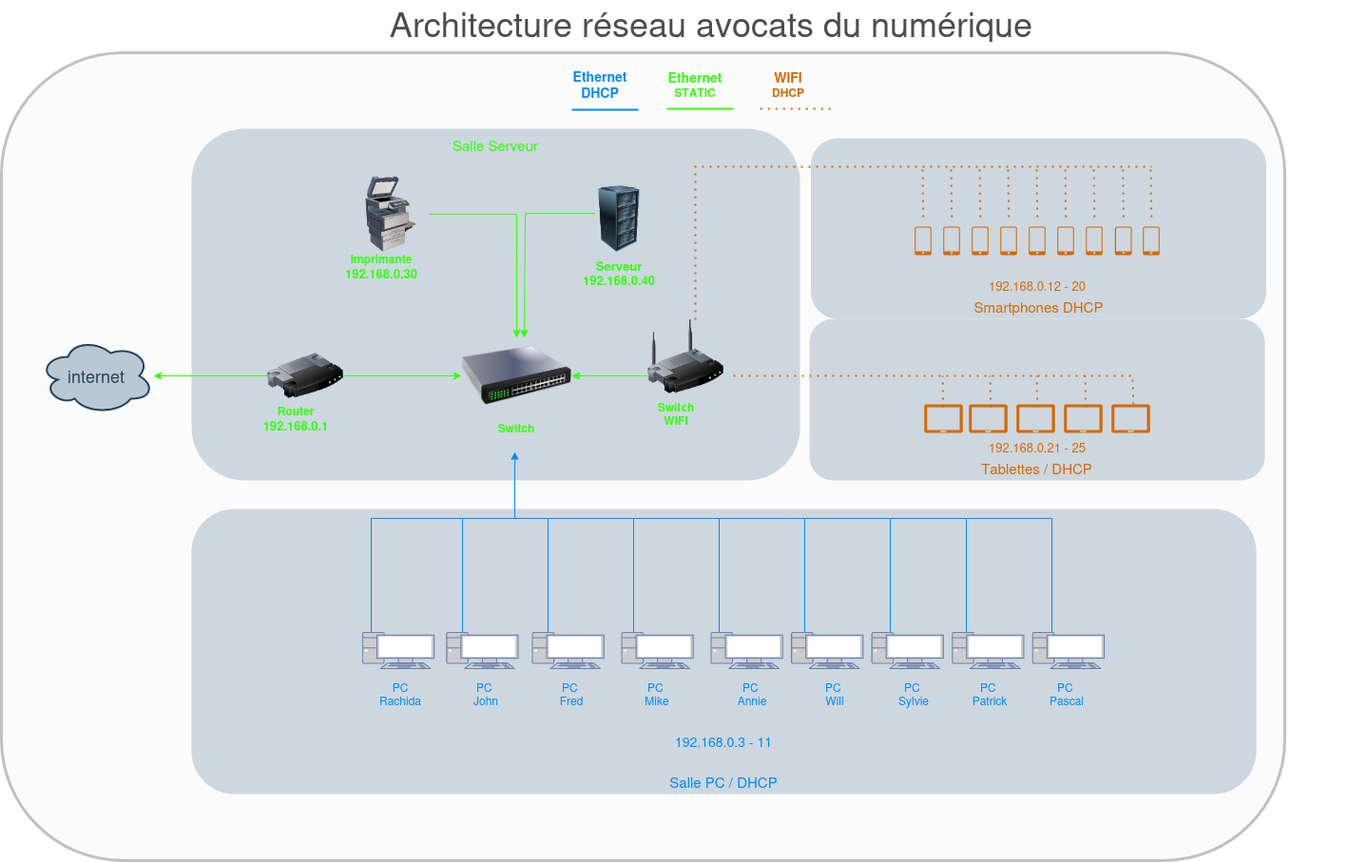
Above: avocatsdunum.drawio.png in OCR-GRLD/OCR-GRLD (draw.io), before the change. Source tidied: cells renumbered, new cells last; positions are measured from the earlier drawing's top-left corner, leaving out a move shared by most shapes.
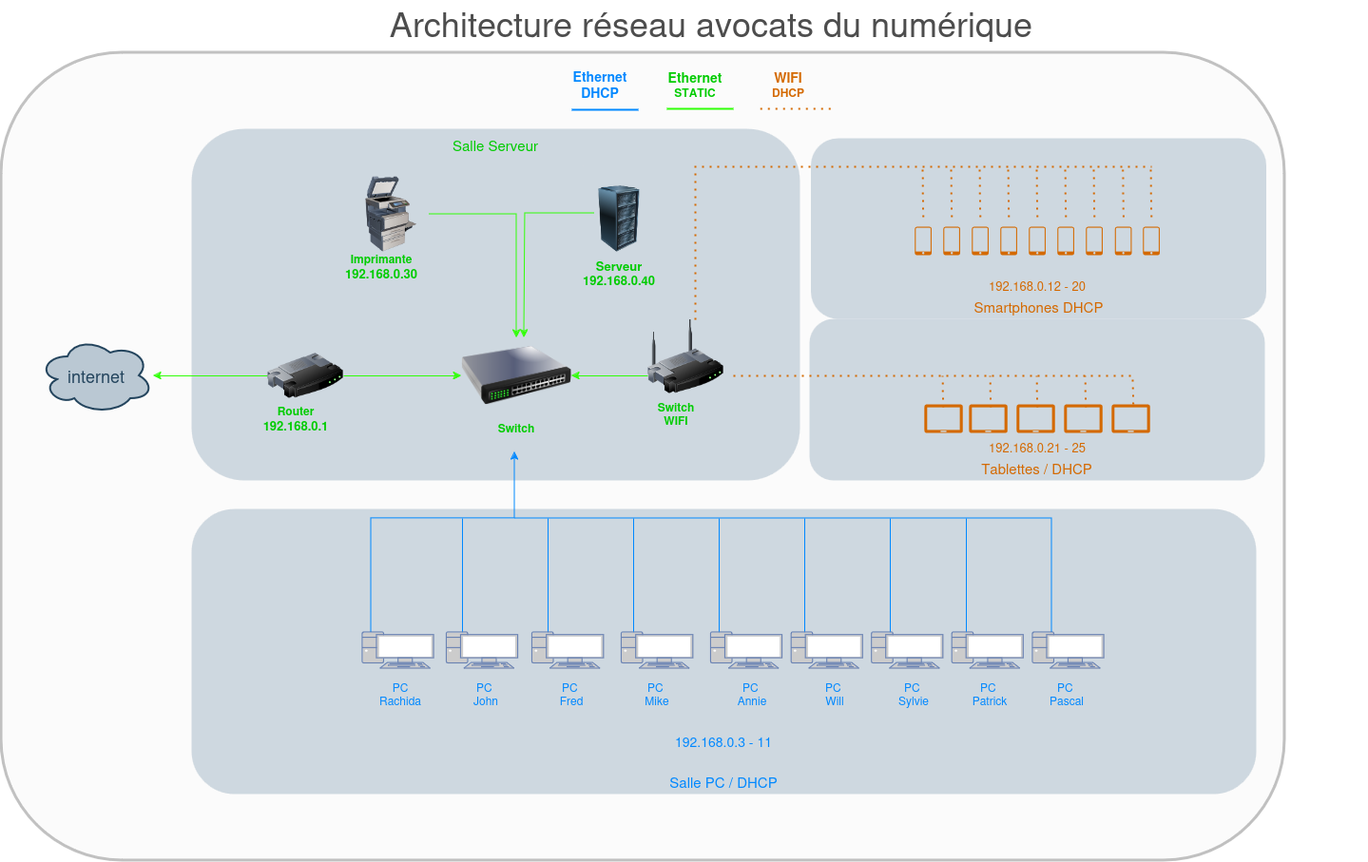
Later version of the same file.

Commit message:
Mettre à jour avocatsdunum.drawio.png

Change to the diagram source:
```diff
@@ -5,7 +5,7 @@
     <mxCell id="2" style="rounded=1;whiteSpace=wrap;html=1;shadow=0;strokeColor=#666666;fillColor=#f5f5f5;fontSize=18;fontColor=#333333;opacity=40;fontStyle=0;strokeWidth=3;" parent="1" vertex="1">
       <mxGeometry y="55" width="1350" height="850" as="geometry" />
     </mxCell>
-    <mxCell id="3" value="&lt;div align=&quot;center&quot; style=&quot;font-size: 17px;&quot;&gt;&lt;font color=&quot;#31ff08&quot; style=&quot;font-size: 15px;&quot;&gt;Salle Serveur&lt;br&gt;&lt;/font&gt;&lt;/div&gt;" style="rounded=1;whiteSpace=wrap;html=1;shadow=0;strokeColor=none;fillColor=#BAC8D3;gradientColor=none;fontSize=18;fontColor=#AE4132;verticalAlign=top;opacity=70;fontStyle=0;strokeWidth=3;align=center;" parent="1" vertex="1">
+    <mxCell id="3" value="&lt;div align=&quot;center&quot; style=&quot;font-size: 17px;&quot;&gt;&lt;font color=&quot;#00cc00&quot; style=&quot;font-size: 15px;&quot;&gt;Salle Serveur&lt;/font&gt;&lt;font color=&quot;#00cc00&quot; style=&quot;font-size: 15px;&quot;&gt;&lt;br&gt;&lt;/font&gt;&lt;/div&gt;" style="rounded=1;whiteSpace=wrap;html=1;shadow=0;strokeColor=none;fillColor=#BAC8D3;gradientColor=none;fontSize=18;fontColor=#AE4132;verticalAlign=top;opacity=70;fontStyle=0;strokeWidth=3;align=center;" parent="1" vertex="1">
       <mxGeometry x="200" y="135" width="640" height="370" as="geometry" />
     </mxCell>
     <mxCell id="4" value="internet" style="ellipse;shape=cloud;whiteSpace=wrap;html=1;shadow=0;strokeColor=#23445D;fillColor=#BAC8D3;gradientColor=none;fontSize=18;fontColor=#23445D;fontStyle=0;gradientDirection=north;strokeWidth=2;" parent="1" vertex="1">
@@ -103,7 +103,7 @@
     <mxCell id="23" value="&lt;div align=&quot;center&quot;&gt;&lt;font color=&quot;#d46900&quot; style=&quot;font-size: 15px;&quot;&gt;Tablettes / DHCP&lt;/font&gt;&lt;/div&gt;" style="rounded=1;whiteSpace=wrap;html=1;shadow=0;strokeColor=none;fillColor=#BAC8D3;gradientColor=none;fontSize=19;fontColor=#AE4132;verticalAlign=bottom;fontStyle=0;opacity=70;strokeWidth=3;align=center;rotation=0;" parent="1" vertex="1">
       <mxGeometry x="850" y="335" width="479" height="170" as="geometry" />
     </mxCell>
-    <mxCell id="24" value="&lt;div&gt;&lt;font color=&quot;#31ff08&quot;&gt;&lt;b&gt;Router &lt;br&gt;&lt;/b&gt;&lt;/font&gt;&lt;/div&gt;&lt;div&gt;&lt;font color=&quot;#31ff08&quot; style=&quot;font-size: 13px;&quot;&gt;&lt;b&gt;&lt;font style=&quot;font-size: 13px;&quot;&gt;192.168.0.1&lt;/font&gt;&lt;/b&gt;&lt;/font&gt;&lt;/div&gt;" style="text;html=1;strokeColor=none;fillColor=none;align=center;verticalAlign=middle;whiteSpace=wrap;rounded=0;" parent="1" vertex="1">
+    <mxCell id="24" value="&lt;div&gt;&lt;font color=&quot;#00cc00&quot;&gt;&lt;b&gt;Router &lt;br&gt;&lt;/b&gt;&lt;/font&gt;&lt;/div&gt;&lt;div&gt;&lt;font color=&quot;#00cc00&quot; style=&quot;font-size: 13px;&quot;&gt;&lt;b&gt;&lt;font style=&quot;font-size: 13px;&quot;&gt;192.168.0.1&lt;/font&gt;&lt;/b&gt;&lt;/font&gt;&lt;/div&gt;" style="text;html=1;strokeColor=none;fillColor=none;align=center;verticalAlign=middle;whiteSpace=wrap;rounded=0;" parent="1" vertex="1">
       <mxGeometry x="240" y="425" width="140" height="30" as="geometry" />
     </mxCell>
     <mxCell id="25" value="&lt;font style=&quot;font-size: 13px;&quot; color=&quot;#d46900&quot;&gt;192.168.0.21 - 25&lt;/font&gt;" style="text;html=1;strokeColor=none;fillColor=none;align=center;verticalAlign=middle;whiteSpace=wrap;rounded=0;" parent="1" vertex="1">
@@ -166,7 +166,7 @@
     <mxCell id="39" style="image;html=1;image=img/lib/clip_art/computers/Printer_Commercial_128x128.png;" parent="38" vertex="1">
       <mxGeometry x="40" width="80" height="80" as="geometry" />
     </mxCell>
-    <mxCell id="40" value="&lt;div&gt;&lt;font color=&quot;#31ff08&quot;&gt;&lt;b&gt;Imprimante&lt;/b&gt;&lt;/font&gt;&lt;/div&gt;&lt;div&gt;&lt;font style=&quot;font-size: 13px;&quot; color=&quot;#31ff08&quot;&gt;&lt;b&gt;192.168.0.30&lt;/b&gt;&lt;/font&gt;&lt;/div&gt;" style="text;html=1;strokeColor=none;fillColor=none;align=center;verticalAlign=middle;whiteSpace=wrap;rounded=0;" parent="38" vertex="1">
+    <mxCell id="40" value="&lt;div&gt;&lt;font color=&quot;#00cc00&quot;&gt;&lt;b&gt;Imprimante&lt;/b&gt;&lt;/font&gt;&lt;/div&gt;&lt;div&gt;&lt;font color=&quot;#00cc00&quot; style=&quot;font-size: 13px;&quot;&gt;&lt;b&gt;192.168.0.30&lt;/b&gt;&lt;/font&gt;&lt;/div&gt;" style="text;html=1;strokeColor=none;fillColor=none;align=center;verticalAlign=middle;whiteSpace=wrap;rounded=0;" parent="38" vertex="1">
       <mxGeometry y="80" width="140" height="30" as="geometry" />
     </mxCell>
     <mxCell id="41" style="group;" parent="1" vertex="1">
@@ -235,7 +235,7 @@
     <mxCell id="62" value="&lt;div&gt;&lt;font color=&quot;#0088ff&quot;&gt;PC&amp;nbsp;&lt;/font&gt;&lt;/div&gt;&lt;div&gt;&lt;font color=&quot;#0088ff&quot;&gt;Pascal&lt;/font&gt;&lt;/div&gt;" style="text;html=1;strokeColor=none;fillColor=none;align=center;verticalAlign=middle;whiteSpace=wrap;rounded=0;" parent="41" vertex="1">
       <mxGeometry x="710.7" y="50" width="60" height="30" as="geometry" />
     </mxCell>
-    <mxCell id="63" value="&lt;font color=&quot;#31ff08&quot;&gt;&lt;b&gt;Switch&lt;/b&gt;&lt;/font&gt;" style="text;html=1;strokeColor=none;fillColor=none;align=center;verticalAlign=middle;whiteSpace=wrap;rounded=0;" parent="1" vertex="1">
+    <mxCell id="63" value="&lt;font color=&quot;#00cc00&quot;&gt;&lt;b&gt;Switch&lt;/b&gt;&lt;/font&gt;" style="text;html=1;strokeColor=none;fillColor=none;align=center;verticalAlign=middle;whiteSpace=wrap;rounded=0;" parent="1" vertex="1">
       <mxGeometry x="512" y="435" width="60" height="30" as="geometry" />
     </mxCell>
     <mxCell id="64" style="group;" parent="1" vertex="1">
@@ -244,7 +244,7 @@
     <mxCell id="65" style="image;html=1;image=img/lib/clip_art/computers/Server_Rack_128x128.png;shadow=0;strokeColor=#000000;fillColor=#FFFFFF;gradientColor=none;fontSize=18;fontColor=#F08705;fontStyle=0;" parent="64" vertex="1">
       <mxGeometry x="34.3" width="51.4" height="70" as="geometry" />
     </mxCell>
-    <mxCell id="66" value="&lt;div&gt;&lt;font style=&quot;font-size: 13px;&quot; color=&quot;#31ff08&quot;&gt;&lt;b&gt;Serveur&lt;/b&gt;&lt;/font&gt;&lt;/div&gt;&lt;div&gt;&lt;font style=&quot;font-size: 13px;&quot; color=&quot;#31ff08&quot;&gt;&lt;b&gt;192.168.0.40&lt;/b&gt;&lt;/font&gt;&lt;/div&gt;" style="text;html=1;strokeColor=none;fillColor=none;align=center;verticalAlign=middle;whiteSpace=wrap;rounded=0;" parent="64" vertex="1">
+    <mxCell id="66" value="&lt;div&gt;&lt;font color=&quot;#00cc00&quot; style=&quot;font-size: 13px;&quot;&gt;&lt;b&gt;Serveur&lt;/b&gt;&lt;/font&gt;&lt;/div&gt;&lt;div&gt;&lt;font color=&quot;#00cc00&quot; style=&quot;font-size: 13px;&quot;&gt;&lt;b&gt;192.168.0.40&lt;/b&gt;&lt;/font&gt;&lt;/div&gt;" style="text;html=1;strokeColor=none;fillColor=none;align=center;verticalAlign=middle;whiteSpace=wrap;rounded=0;" parent="64" vertex="1">
       <mxGeometry y="76.5" width="120" height="30" as="geometry" />
     </mxCell>
     <mxCell id="67" style="edgeStyle=orthogonalEdgeStyle;rounded=0;jettySize=auto;html=1;strokeColor=#31FF08;" parent="1" edge="1" source="39" target="10">
@@ -374,7 +374,7 @@
         <mxPoint x="479" as="targetPoint" />
       </mxGeometry>
     </mxCell>
-    <mxCell id="93" value="&lt;div&gt;&lt;font color=&quot;#31ff08&quot;&gt;&lt;b&gt;Switch&lt;/b&gt;&lt;br&gt;&lt;/font&gt;&lt;/div&gt;&lt;div&gt;&lt;b&gt;&lt;font color=&quot;#31ff08&quot;&gt;WIFI&lt;/font&gt;&lt;/b&gt;&lt;/div&gt;" style="text;html=1;strokeColor=none;fillColor=none;align=center;verticalAlign=middle;whiteSpace=wrap;rounded=0;" parent="1" vertex="1">
+    <mxCell id="93" value="&lt;div&gt;&lt;font color=&quot;#00cc00&quot;&gt;&lt;b&gt;Switch&lt;/b&gt;&lt;br&gt;&lt;/font&gt;&lt;/div&gt;&lt;div&gt;&lt;font color=&quot;#00cc00&quot;&gt;&lt;b&gt;WIFI&lt;/b&gt;&lt;/font&gt;&lt;/div&gt;" style="text;html=1;strokeColor=none;fillColor=none;align=center;verticalAlign=middle;whiteSpace=wrap;rounded=0;" parent="1" vertex="1">
       <mxGeometry x="680" y="420" width="60" height="30" as="geometry" />
     </mxCell>
     <mxCell id="94" style="group;" parent="1" vertex="1">
@@ -392,7 +392,7 @@
         <mxPoint x="278.3" y="40" as="targetPoint" />
       </mxGeometry>
     </mxCell>
-    <mxCell id="97" value="&lt;b&gt;&lt;font color=&quot;#31ff08&quot;&gt;&lt;font style=&quot;font-size: 14px;&quot;&gt;Ethernet&lt;/font&gt; STATIC&lt;br&gt;&lt;/font&gt;&lt;/b&gt;" style="text;html=1;strokeColor=none;fillColor=none;align=center;verticalAlign=middle;whiteSpace=wrap;rounded=0;" parent="94" vertex="1">
+    <mxCell id="97" value="&lt;font color=&quot;#00cc00&quot;&gt;&lt;b&gt;&lt;font style=&quot;font-size: 14px;&quot;&gt;Ethernet&lt;/font&gt; STATIC&lt;br&gt;&lt;/b&gt;&lt;/font&gt;" style="text;html=1;strokeColor=none;fillColor=none;align=center;verticalAlign=middle;whiteSpace=wrap;rounded=0;" parent="94" vertex="1">
       <mxGeometry x="100" width="60" height="30" as="geometry" />
     </mxCell>
     <mxCell id="98" value="&lt;div&gt;&lt;font size=&quot;1&quot; color=&quot;#d46900&quot;&gt;&lt;b style=&quot;font-size: 14px;&quot;&gt;WIFI&lt;/b&gt;&lt;/font&gt;&lt;/div&gt;&lt;div&gt;&lt;font color=&quot;#d46900&quot;&gt;&lt;b&gt;DHCP&lt;/b&gt;&lt;/font&gt;&lt;br&gt;&lt;/div&gt;" style="text;html=1;strokeColor=none;fillColor=none;align=center;verticalAlign=middle;whiteSpace=wrap;rounded=0;" parent="94" vertex="1">
```
